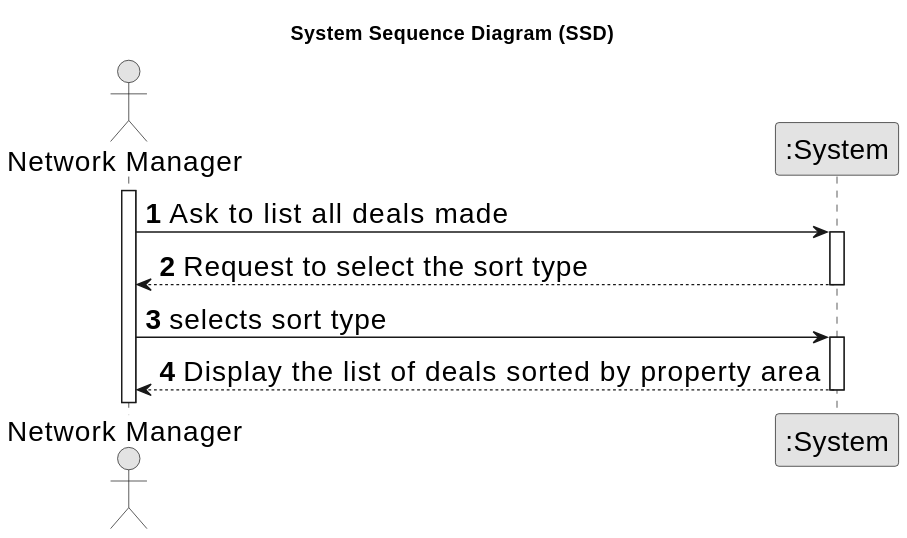
Goncalves2525/real-estate-management-system keeps this PlantUML diagram as docs/sprintD/us017/01.requirements-engineering/svg/us017-system-sequence-diagram.svg. Above is the earlier version. Source of this version:
```plantuml
@startuml
skinparamlocked defaultFontSize 20
skinparam monochrome true
skinparam packageStyle rectangle
skinparam shadowing false

title System Sequence Diagram (SSD)

autonumber

actor "Network Manager" as NetworkManager
participant ":System" as System

activate NetworkManager

    NetworkManager -> System : Ask to list all deals made
    activate System

    System --> NetworkManager : Request to select the sort type
    deactivate System

    NetworkManager -> System: selects sort type
    activate System

    System --> NetworkManager: Display the list of deals sorted by property area
    deactivate System
@enduml
```
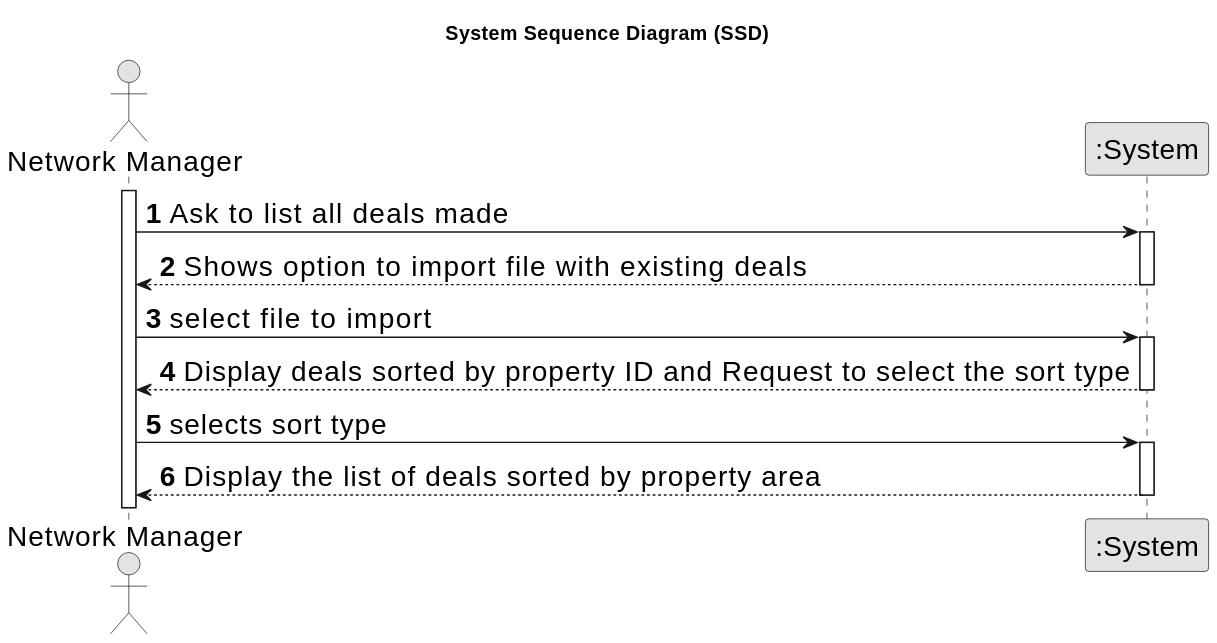
Above is the later version.

What changed in the source:
```diff
@@ -16,7 +16,15 @@
     NetworkManager -> System : Ask to list all deals made
     activate System
 
-    System --> NetworkManager : Request to select the sort type
+
+    System --> NetworkManager : Shows option to import file with existing deals
+    deactivate System
+
+    NetworkManager -> System: select file to import
+    activate System
+
+
+    System --> NetworkManager : Display deals sorted by property ID and Request to select the sort type
     deactivate System
 
     NetworkManager -> System: selects sort type
```
